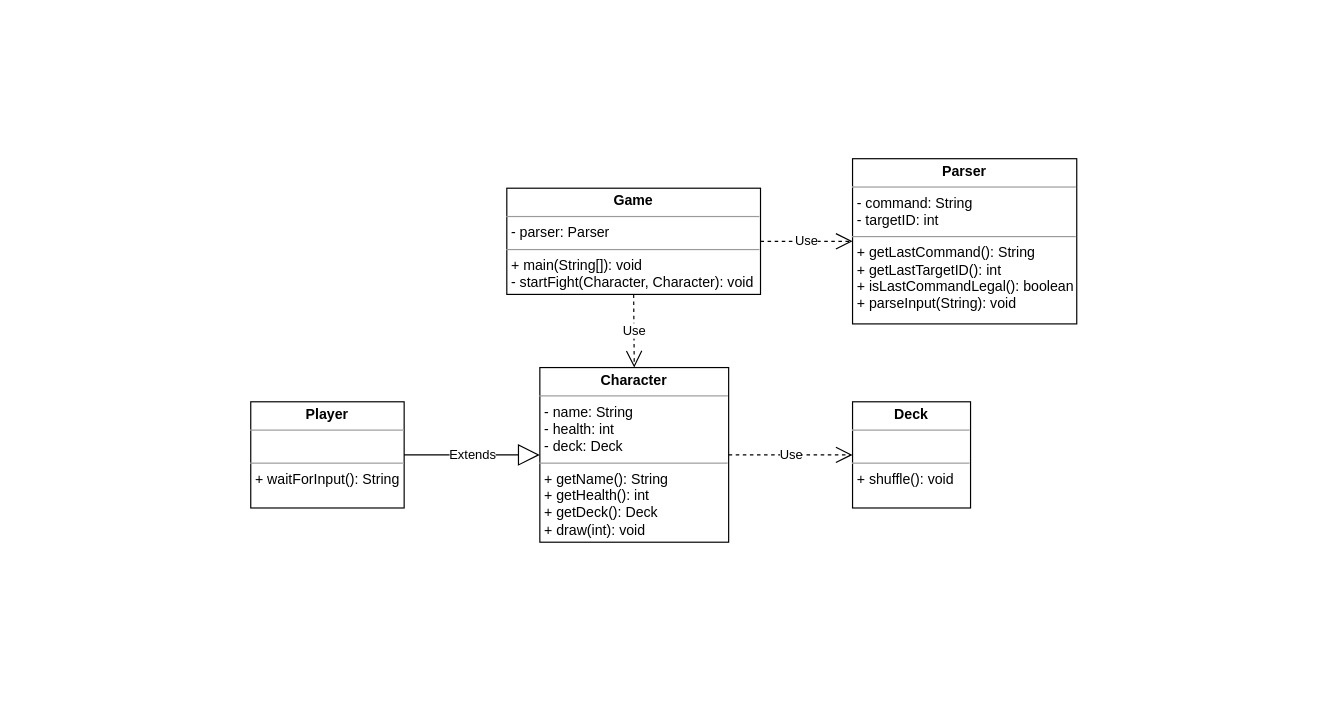
This is devdoc/Galamadriabuyak_UML.drawio from durierem/galamadriabuyak, a draw.io file, before an edit. Source tidied: cells renumbered, new cells numbered last; positions are measured from the earlier drawing's top-left corner, leaving out a move shared by most shapes. Both pictures are drawn from the tidied source at 118%, with x=0, y=0 at pixel (250, 158).
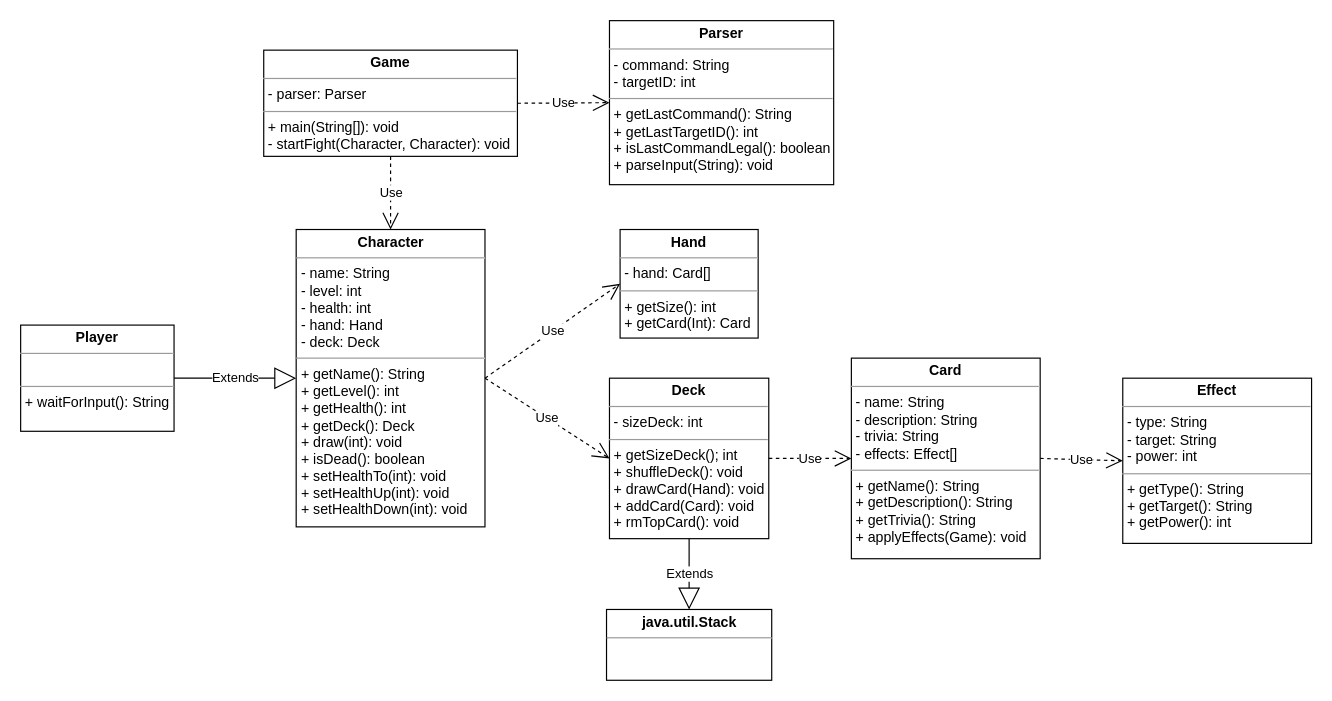
After the change.

The edit, as a diff of the source:
```diff
@@
 <mxGraphModel background="#ffffff">
   <root>
     <mxCell id="0" />
     <mxCell id="1" parent="0" />
     <mxCell id="2" value="&lt;p style=&quot;margin: 0px ; margin-top: 4px ; text-align: center&quot;&gt;&lt;b&gt;Parser&lt;/b&gt;&lt;/p&gt;&lt;hr size=&quot;1&quot;&gt;&lt;p style=&quot;margin: 0px ; margin-left: 4px&quot;&gt;- command: String&lt;/p&gt;&lt;p style=&quot;margin: 0px ; margin-left: 4px&quot;&gt;- targetID: int&lt;br&gt;&lt;/p&gt;&lt;hr size=&quot;1&quot;&gt;&lt;p style=&quot;margin: 0px ; margin-left: 4px&quot;&gt;+ getLastCommand(): String&lt;/p&gt;&lt;p style=&quot;margin: 0px ; margin-left: 4px&quot;&gt;+ getLastTargetID(): int&lt;/p&gt;&lt;p style=&quot;margin: 0px ; margin-left: 4px&quot;&gt;+ isLastCommandLegal(): boolean&lt;/p&gt;&lt;p style=&quot;margin: 0px ; margin-left: 4px&quot;&gt;+ parseInput(String): void&lt;br&gt;&lt;/p&gt;" style="verticalAlign=top;align=left;overflow=fill;fontSize=12;fontFamily=Helvetica;html=1;" parent="1" vertex="1">
-      <mxGeometry x="510" width="190" height="140" as="geometry" />
+      <mxGeometry x="304" y="-117" width="190" height="139" as="geometry" />
     </mxCell>
     <mxCell id="3" value="&lt;p style=&quot;margin: 0px ; margin-top: 4px ; text-align: center&quot;&gt;&lt;b&gt;Game&lt;/b&gt;&lt;/p&gt;&lt;hr size=&quot;1&quot;&gt;&lt;p style=&quot;margin: 0px ; margin-left: 4px&quot;&gt;- parser: Parser&lt;/p&gt;&lt;hr size=&quot;1&quot;&gt;&lt;p style=&quot;margin: 0px ; margin-left: 4px&quot;&gt;+ main(String[]): void&lt;/p&gt;&lt;p style=&quot;margin: 0px ; margin-left: 4px&quot;&gt;- startFight(Character, Character): void&lt;br&gt;&lt;/p&gt;" style="verticalAlign=top;align=left;overflow=fill;fontSize=12;fontFamily=Helvetica;html=1;" parent="1" vertex="1">
-      <mxGeometry x="217" y="25" width="215" height="90" as="geometry" />
+      <mxGeometry x="11" y="-92" width="215" height="90" as="geometry" />
     </mxCell>
     <mxCell id="4" value="Use" style="endArrow=open;endSize=12;dashed=1;html=1;exitX=1;exitY=0.5;exitDx=0;exitDy=0;entryX=0;entryY=0.5;entryDx=0;entryDy=0;" parent="1" edge="1" source="3" target="2">
       <mxGeometry relative="1" as="geometry" />
     </mxCell>
-    <mxCell id="5" value="&lt;p style=&quot;margin: 0px ; margin-top: 4px ; text-align: center&quot;&gt;&lt;b&gt;Character&lt;/b&gt;&lt;/p&gt;&lt;hr size=&quot;1&quot;&gt;&lt;p style=&quot;margin: 0px ; margin-left: 4px&quot;&gt;- name: String&lt;br&gt;&lt;/p&gt;&lt;p style=&quot;margin: 0px ; margin-left: 4px&quot;&gt;- health: int&lt;/p&gt;&lt;p style=&quot;margin: 0px ; margin-left: 4px&quot;&gt;- deck: Deck&lt;br&gt;&lt;/p&gt;&lt;hr size=&quot;1&quot;&gt;&lt;p style=&quot;margin: 0px ; margin-left: 4px&quot;&gt;+ getName(): String&lt;br&gt;&lt;/p&gt;&lt;p style=&quot;margin: 0px ; margin-left: 4px&quot;&gt;+ getHealth(): int&lt;/p&gt;&lt;p style=&quot;margin: 0px ; margin-left: 4px&quot;&gt;+ getDeck(): Deck&lt;br&gt;&lt;/p&gt;&lt;p style=&quot;margin: 0px ; margin-left: 4px&quot;&gt;+ draw(int): void&lt;br&gt;&lt;/p&gt;&lt;p style=&quot;margin: 0px ; margin-left: 4px&quot;&gt;&lt;br&gt;&lt;/p&gt;" style="verticalAlign=top;align=left;overflow=fill;fontSize=12;fontFamily=Helvetica;html=1;" parent="1" vertex="1">
-      <mxGeometry x="245" y="177" width="160" height="148" as="geometry" />
+    <mxCell id="5" value="&lt;p style=&quot;margin: 0px ; margin-top: 4px ; text-align: center&quot;&gt;&lt;b&gt;Character&lt;/b&gt;&lt;/p&gt;&lt;hr size=&quot;1&quot;&gt;&lt;p style=&quot;margin: 0px ; margin-left: 4px&quot;&gt;- name: String&lt;/p&gt;&lt;p style=&quot;margin: 0px ; margin-left: 4px&quot;&gt;- level: int&lt;br&gt;&lt;/p&gt;&lt;p style=&quot;margin: 0px ; margin-left: 4px&quot;&gt;- health: int&lt;/p&gt;&lt;p style=&quot;margin: 0px ; margin-left: 4px&quot;&gt;- hand: Hand&lt;br&gt;&lt;/p&gt;&lt;p style=&quot;margin: 0px ; margin-left: 4px&quot;&gt;- deck: Deck&lt;/p&gt;&lt;hr size=&quot;1&quot;&gt;&lt;p style=&quot;margin: 0px ; margin-left: 4px&quot;&gt;+ getName(): String&lt;/p&gt;&lt;p style=&quot;margin: 0px ; margin-left: 4px&quot;&gt;+ getLevel(): int&lt;br&gt;&lt;/p&gt;&lt;p style=&quot;margin: 0px ; margin-left: 4px&quot;&gt;+ getHealth(): int&lt;/p&gt;&lt;p style=&quot;margin: 0px ; margin-left: 4px&quot;&gt;+ getDeck(): Deck&lt;br&gt;&lt;/p&gt;&lt;p style=&quot;margin: 0px ; margin-left: 4px&quot;&gt;+ draw(int): void&lt;/p&gt;&lt;p style=&quot;margin: 0px ; margin-left: 4px&quot;&gt;+ isDead(): boolean&lt;/p&gt;&lt;p style=&quot;margin: 0px ; margin-left: 4px&quot;&gt;+ setHealthTo(int): void&lt;/p&gt;&lt;p style=&quot;margin: 0px ; margin-left: 4px&quot;&gt;+ setHealthUp(int): void&lt;/p&gt;&lt;p style=&quot;margin: 0px ; margin-left: 4px&quot;&gt;+ setHealthDown(int): void&lt;br&gt;&lt;/p&gt;&lt;p style=&quot;margin: 0px ; margin-left: 4px&quot;&gt;&lt;br&gt;&lt;/p&gt;" style="verticalAlign=top;align=left;overflow=fill;fontSize=12;fontFamily=Helvetica;html=1;" parent="1" vertex="1">
+      <mxGeometry x="38.5" y="60" width="160" height="252" as="geometry" />
     </mxCell>
     <mxCell id="6" value="&lt;p style=&quot;margin: 0px ; margin-top: 4px ; text-align: center&quot;&gt;&lt;b&gt;Player&lt;/b&gt;&lt;/p&gt;&lt;hr size=&quot;1&quot;&gt;&lt;p style=&quot;margin: 0px ; margin-left: 4px&quot;&gt;&lt;br&gt;&lt;/p&gt;&lt;hr size=&quot;1&quot;&gt;&lt;p style=&quot;margin: 0px ; margin-left: 4px&quot;&gt;+ waitForInput(): String&lt;br&gt;&lt;/p&gt;" style="verticalAlign=top;align=left;overflow=fill;fontSize=12;fontFamily=Helvetica;html=1;" parent="1" vertex="1">
-      <mxGeometry y="206" width="130" height="90" as="geometry" />
+      <mxGeometry x="-195" y="141" width="130" height="90" as="geometry" />
     </mxCell>
     <mxCell id="7" value="Use" style="endArrow=open;endSize=12;dashed=1;html=1;entryX=0.5;entryY=0;entryDx=0;entryDy=0;exitX=0.5;exitY=1;exitDx=0;exitDy=0;" parent="1" edge="1" source="3" target="5">
       <mxGeometry relative="1" as="geometry" />
     </mxCell>
     <mxCell id="8" value="Extends" style="endArrow=block;endSize=16;endFill=0;html=1;exitX=1;exitY=0.5;exitDx=0;exitDy=0;entryX=0;entryY=0.5;entryDx=0;entryDy=0;" parent="1" edge="1" source="6" target="5">
       <mxGeometry relative="1" as="geometry" />
     </mxCell>
-    <mxCell id="9" value="&lt;p style=&quot;margin: 0px ; margin-top: 4px ; text-align: center&quot;&gt;&lt;b&gt;Deck&lt;/b&gt;&lt;br&gt;&lt;/p&gt;&lt;hr size=&quot;1&quot;&gt;&lt;p style=&quot;margin: 0px ; margin-left: 4px&quot;&gt;&lt;br&gt;&lt;/p&gt;&lt;hr size=&quot;1&quot;&gt;&lt;p style=&quot;margin: 0px ; margin-left: 4px&quot;&gt;+ shuffle(): void&lt;br&gt;&lt;/p&gt;" style="verticalAlign=top;align=left;overflow=fill;fontSize=12;fontFamily=Helvetica;html=1;" parent="1" vertex="1">
-      <mxGeometry x="510" y="206" width="100" height="90" as="geometry" />
+    <mxCell id="9" value="&lt;p style=&quot;margin: 0px ; margin-top: 4px ; text-align: center&quot;&gt;&lt;b&gt;Deck&lt;/b&gt;&lt;br&gt;&lt;/p&gt;&lt;hr size=&quot;1&quot;&gt;&lt;p style=&quot;margin: 0px ; margin-left: 4px&quot;&gt;- sizeDeck: int&lt;/p&gt;&lt;hr size=&quot;1&quot;&gt;&lt;p style=&quot;margin: 0px ; margin-left: 4px&quot;&gt;+ getSizeDeck(); int&lt;/p&gt;&lt;p style=&quot;margin: 0px ; margin-left: 4px&quot;&gt;+ shuffleDeck(): void&lt;/p&gt;&lt;p style=&quot;margin: 0px ; margin-left: 4px&quot;&gt;+ drawCard(Hand): void&lt;br&gt;&lt;/p&gt;&lt;p style=&quot;margin: 0px ; margin-left: 4px&quot;&gt;+ addCard(Card): void&lt;br&gt;&lt;/p&gt;&lt;p style=&quot;margin: 0px ; margin-left: 4px&quot;&gt;+ rmTopCard(): void&lt;br&gt;&lt;/p&gt;" style="verticalAlign=top;align=left;overflow=fill;fontSize=12;fontFamily=Helvetica;html=1;" parent="1" vertex="1">
+      <mxGeometry x="304" y="186" width="135" height="136" as="geometry" />
     </mxCell>
     <mxCell id="10" value="Use" style="endArrow=open;endSize=12;dashed=1;html=1;exitX=1;exitY=0.5;exitDx=0;exitDy=0;entryX=0;entryY=0.5;entryDx=0;entryDy=0;" parent="1" edge="1" source="5" target="9">
       <mxGeometry relative="1" as="geometry" />
     </mxCell>
+    <mxCell id="11" value="&lt;p style=&quot;margin: 0px ; margin-top: 4px ; text-align: center&quot;&gt;&lt;b&gt;Hand&lt;/b&gt;&lt;/p&gt;&lt;hr size=&quot;1&quot;&gt;&lt;p style=&quot;margin: 0px ; margin-left: 4px&quot;&gt;- hand: Card[]&lt;/p&gt;&lt;hr size=&quot;1&quot;&gt;&lt;p style=&quot;margin: 0px ; margin-left: 4px&quot;&gt;+ getSize(): int&lt;/p&gt;&lt;p style=&quot;margin: 0px ; margin-left: 4px&quot;&gt;+ getCard(Int): Card&lt;br&gt;&lt;/p&gt;" style="verticalAlign=top;align=left;overflow=fill;fontSize=12;fontFamily=Helvetica;html=1;" parent="1" vertex="1">
+      <mxGeometry x="313" y="60" width="117" height="92" as="geometry" />
+    </mxCell>
+    <mxCell id="12" value="Use" style="endArrow=open;endSize=12;dashed=1;html=1;exitX=1;exitY=0.5;exitDx=0;exitDy=0;entryX=0;entryY=0.5;entryDx=0;entryDy=0;" parent="1" edge="1" source="5" target="11">
+      <mxGeometry relative="1" as="geometry" />
+    </mxCell>
+    <mxCell id="13" value="&lt;p style=&quot;margin: 0px ; margin-top: 4px ; text-align: center&quot;&gt;&lt;b&gt;Effect&lt;/b&gt;&lt;/p&gt;&lt;hr size=&quot;1&quot;&gt;&lt;p style=&quot;margin: 0px ; margin-left: 4px&quot;&gt;- type: String&lt;/p&gt;&lt;p style=&quot;margin: 0px ; margin-left: 4px&quot;&gt;- target: String&lt;/p&gt;&lt;p style=&quot;margin: 0px ; margin-left: 4px&quot;&gt;- power: int&lt;br&gt;&lt;/p&gt;&lt;hr size=&quot;1&quot;&gt;&lt;p style=&quot;margin: 0px ; margin-left: 4px&quot;&gt;+ getType(): String&lt;/p&gt;&lt;p style=&quot;margin: 0px ; margin-left: 4px&quot;&gt;+ getTarget(): String&lt;/p&gt;&lt;p style=&quot;margin: 0px ; margin-left: 4px&quot;&gt;+ getPower(): int&lt;br&gt;&lt;/p&gt;" style="verticalAlign=top;align=left;overflow=fill;fontSize=12;fontFamily=Helvetica;html=1;" parent="1" vertex="1">
+      <mxGeometry x="739" y="186" width="160" height="140" as="geometry" />
+    </mxCell>
+    <mxCell id="14" value="Use" style="endArrow=open;endSize=12;dashed=1;html=1;exitX=1;exitY=0.5;exitDx=0;exitDy=0;entryX=0;entryY=0.5;entryDx=0;entryDy=0;" parent="1" edge="1" source="9" target="18">
+      <mxGeometry relative="1" as="geometry" />
+    </mxCell>
+    <mxCell id="15" value="Use" style="endArrow=open;endSize=12;dashed=1;html=1;exitX=1;exitY=0.5;exitDx=0;exitDy=0;entryX=0;entryY=0.5;entryDx=0;entryDy=0;" parent="1" edge="1" source="18" target="13">
+      <mxGeometry relative="1" as="geometry" />
+    </mxCell>
+    <mxCell id="16" value="&lt;p style=&quot;margin: 0px ; margin-top: 4px ; text-align: center&quot;&gt;&lt;b&gt;java.util.Stack&lt;/b&gt;&lt;/p&gt;&lt;hr size=&quot;1&quot;&gt;&lt;div style=&quot;height: 2px&quot;&gt;&lt;/div&gt;" style="verticalAlign=top;align=left;overflow=fill;fontSize=12;fontFamily=Helvetica;html=1;" parent="1" vertex="1">
+      <mxGeometry x="301.5" y="382" width="140" height="60" as="geometry" />
+    </mxCell>
+    <mxCell id="17" value="Extends" style="endArrow=block;endSize=16;endFill=0;html=1;exitX=0.5;exitY=1;exitDx=0;exitDy=0;entryX=0.5;entryY=0;entryDx=0;entryDy=0;" parent="1" edge="1" source="9" target="16">
+      <mxGeometry relative="1" as="geometry" />
+    </mxCell>
+    <mxCell id="18" value="&lt;p style=&quot;margin: 0px ; margin-top: 4px ; text-align: center&quot;&gt;&lt;b&gt;Card&lt;/b&gt;&lt;/p&gt;&lt;hr size=&quot;1&quot;&gt;&lt;p style=&quot;margin: 0px ; margin-left: 4px&quot;&gt;- name: String&lt;/p&gt;&lt;p style=&quot;margin: 0px ; margin-left: 4px&quot;&gt;- description: String&lt;/p&gt;&lt;p style=&quot;margin: 0px ; margin-left: 4px&quot;&gt;- trivia: String&lt;/p&gt;&lt;p style=&quot;margin: 0px ; margin-left: 4px&quot;&gt;- effects: Effect[]&lt;/p&gt;&lt;hr size=&quot;1&quot;&gt;&lt;p style=&quot;margin: 0px ; margin-left: 4px&quot;&gt;+ getName(): String&lt;/p&gt;&lt;p style=&quot;margin: 0px ; margin-left: 4px&quot;&gt;+ getDescription(): String&lt;/p&gt;&lt;p style=&quot;margin: 0px ; margin-left: 4px&quot;&gt;+ getTrivia(): String&lt;/p&gt;&lt;p style=&quot;margin: 0px ; margin-left: 4px&quot;&gt;+ applyEffects(Game): void&lt;br&gt;&lt;/p&gt;" style="verticalAlign=top;align=left;overflow=fill;fontSize=12;fontFamily=Helvetica;html=1;" parent="1" vertex="1">
+      <mxGeometry x="509" y="169" width="160" height="170" as="geometry" />
+    </mxCell>
   </root>
 </mxGraphModel>
```
